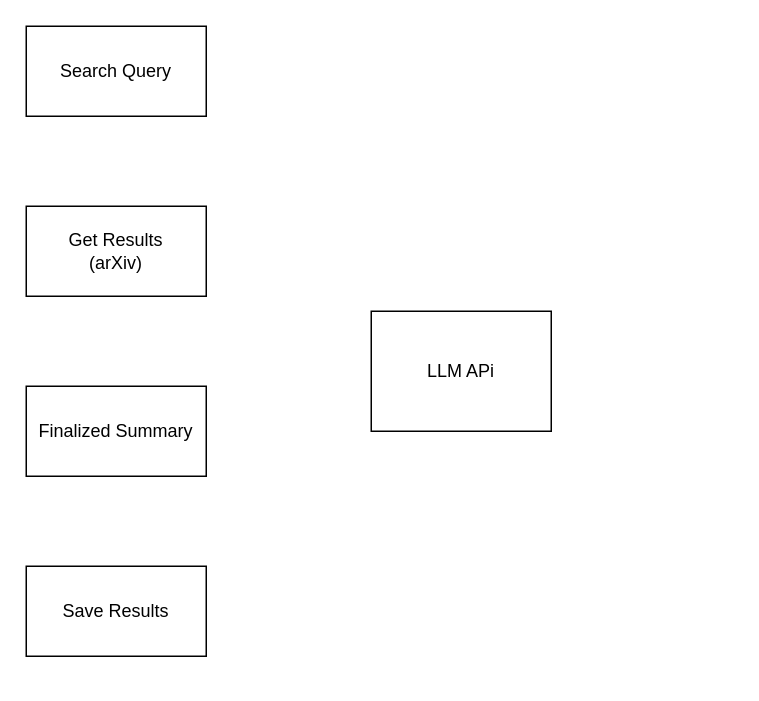
This is Untitled Diagram.drawio from toddbot/toddbot, a draw.io file, before an edit. Source tidied: cells renumbered, new cells numbered last; positions are measured from the earlier drawing's top-left corner, leaving out a move shared by most shapes. Both pictures are drawn from the tidied source at 150%, with x=0, y=0 at pixel (26, 26).
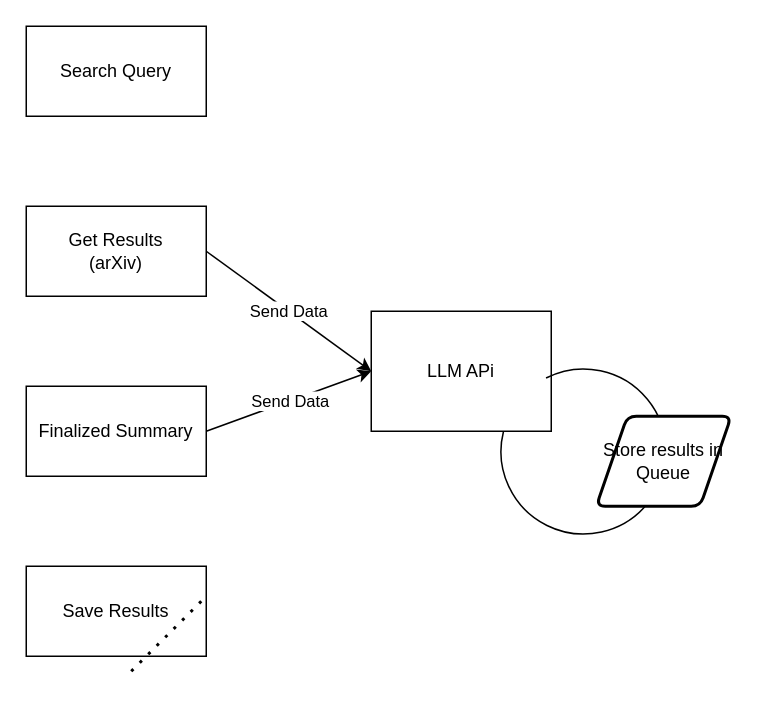
The same diagram, later.

Change to the diagram source:
```diff
@@
 <mxGraphModel>
   <root>
     <mxCell id="0" />
     <mxCell id="1" parent="0" />
     <mxCell id="2" value="Search Query" style="rounded=0;whiteSpace=wrap;html=1;" parent="1" vertex="1">
       <mxGeometry width="120" height="60" as="geometry" />
     </mxCell>
     <mxCell id="3" value="Get Results&lt;div&gt;(arXiv)&lt;/div&gt;" style="rounded=0;whiteSpace=wrap;html=1;" parent="1" vertex="1">
       <mxGeometry y="120" width="120" height="60" as="geometry" />
     </mxCell>
     <mxCell id="4" value="Finalized Summary" style="rounded=0;whiteSpace=wrap;html=1;" parent="1" vertex="1">
       <mxGeometry y="240" width="120" height="60" as="geometry" />
     </mxCell>
     <mxCell id="5" value="Save Results" style="rounded=0;whiteSpace=wrap;html=1;" parent="1" vertex="1">
       <mxGeometry y="360" width="120" height="60" as="geometry" />
     </mxCell>
     <mxCell id="6" value="LLM APi" style="rounded=0;whiteSpace=wrap;html=1;" parent="1" vertex="1">
       <mxGeometry x="230" y="190" width="120" height="80" as="geometry" />
     </mxCell>
+    <mxCell id="7" style="endArrow=classic;html=1;rounded=0;exitX=1;exitY=0.5;exitDx=0;exitDy=0;entryX=0;entryY=0.5;entryDx=0;entryDy=0;" parent="1" edge="1" source="3" target="6">
+      <mxGeometry relative="1" as="geometry" />
+    </mxCell>
+    <mxCell id="8" value="Send Data" style="edgeLabel;html=1;align=center;verticalAlign=middle;" parent="7" vertex="1">
+      <mxGeometry relative="1" as="geometry" />
+    </mxCell>
+    <mxCell id="9" style="verticalLabelPosition=bottom;verticalAlign=top;html=1;shape=mxgraph.basic.arc;startAngle=0.3;endAngle=0.16398956518868468;rotation=-135;" parent="1" vertex="1">
+      <mxGeometry x="316.5" y="228.5" width="110" height="110" as="geometry" />
+    </mxCell>
+    <mxCell id="10" value="Store results in Queue" style="shape=parallelogram;html=1;strokeWidth=2;perimeter=parallelogramPerimeter;whiteSpace=wrap;rounded=1;arcSize=12;size=0.23;" parent="1" vertex="1">
+      <mxGeometry x="380" y="260" width="90" height="60" as="geometry" />
+    </mxCell>
+    <mxCell id="11" style="endArrow=classic;html=1;rounded=0;exitX=1;exitY=0.5;exitDx=0;exitDy=0;entryX=0;entryY=0.5;entryDx=0;entryDy=0;" parent="1" edge="1" source="4" target="6">
+      <mxGeometry relative="1" as="geometry" />
+    </mxCell>
+    <mxCell id="12" value="Send Data" style="edgeLabel;html=1;align=center;verticalAlign=middle;" parent="11" vertex="1">
+      <mxGeometry relative="1" as="geometry" />
+    </mxCell>
+    <mxCell id="13" style="endArrow=none;dashed=1;html=1;dashPattern=1 3;strokeWidth=2;rounded=0;" parent="1" edge="1">
+      <mxGeometry relative="1" as="geometry">
+        <mxPoint x="70" y="430" as="sourcePoint" />
+        <mxPoint x="120" y="380" as="targetPoint" />
+      </mxGeometry>
+    </mxCell>
   </root>
 </mxGraphModel>
```
